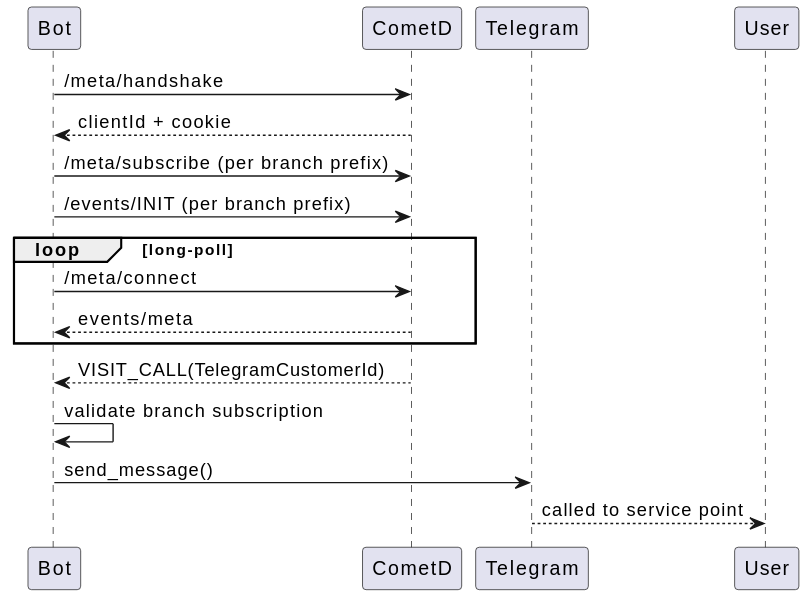
Earlier version of the PlantUML export docs/diagrams/cometd-sequence.svg (psokolov25/chatbot).
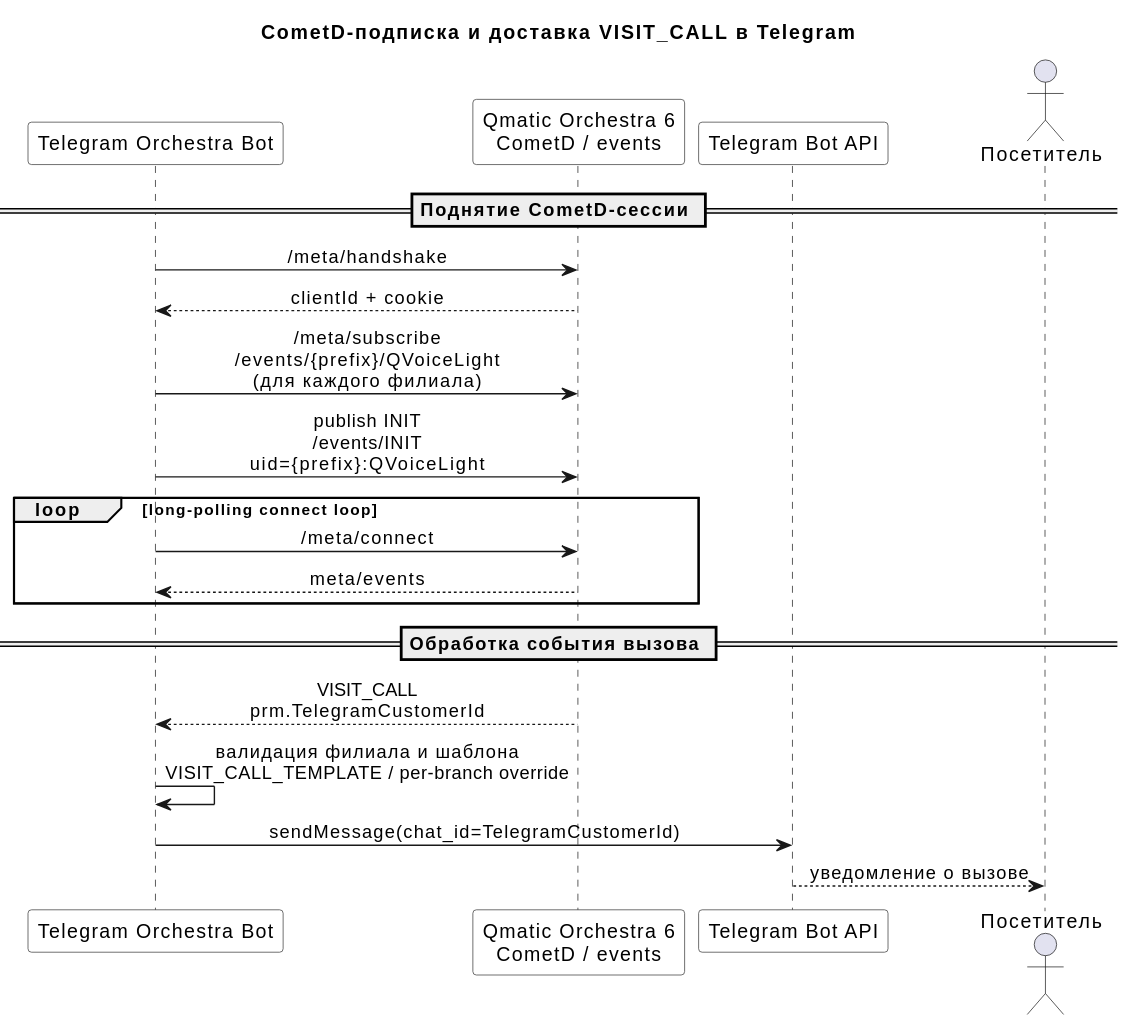
After the change.

Diff of the diagram source:
```diff
@@ -1,20 +1,35 @@
 @startuml
-skinparam backgroundColor transparent
-participant Bot
-participant CometD
-participant Telegram
-participant User
+title CometD-подписка и доставка VISIT_CALL в Telegram
 
-Bot -> CometD: /meta/handshake
-CometD --> Bot: clientId + cookie
-Bot -> CometD: /meta/subscribe (per branch prefix)
-Bot -> CometD: /events/INIT (per branch prefix)
-loop long-poll
-  Bot -> CometD: /meta/connect
-  CometD --> Bot: events/meta
+skinparam shadowing false
+skinparam sequenceMessageAlign center
+skinparam defaultFontName Arial
+skinparam participant {
+  BackgroundColor White
+  BorderColor #333333
+}
+
+participant "Telegram Orchestra Bot" as Bot
+participant "Qmatic Orchestra 6\nCometD / events" as CometD
+participant "Telegram Bot API" as Telegram
+actor "Посетитель" as User
+
+== Поднятие CometD-сессии ==
+
+Bot -> CometD : /meta/handshake
+CometD --> Bot : clientId + cookie
+Bot -> CometD : /meta/subscribe\n/events/{prefix}/QVoiceLight\n(для каждого филиала)
+Bot -> CometD : publish INIT\n/events/INIT\nuid={prefix}:QVoiceLight
+
+loop long-polling connect loop
+  Bot -> CometD : /meta/connect
+  CometD --> Bot : meta/events
 end
-CometD --> Bot: VISIT_CALL(TelegramCustomerId)
-Bot -> Bot: validate branch subscription
-Bot -> Telegram: send_message()
-Telegram --> User: called to service point
+
+== Обработка события вызова ==
+
+CometD --> Bot : VISIT_CALL\nprm.TelegramCustomerId
+Bot -> Bot : валидация филиала и шаблона\nVISIT_CALL_TEMPLATE / per-branch override
+Bot -> Telegram : sendMessage(chat_id=TelegramCustomerId)
+Telegram --> User : уведомление о вызове
 @enduml
```
